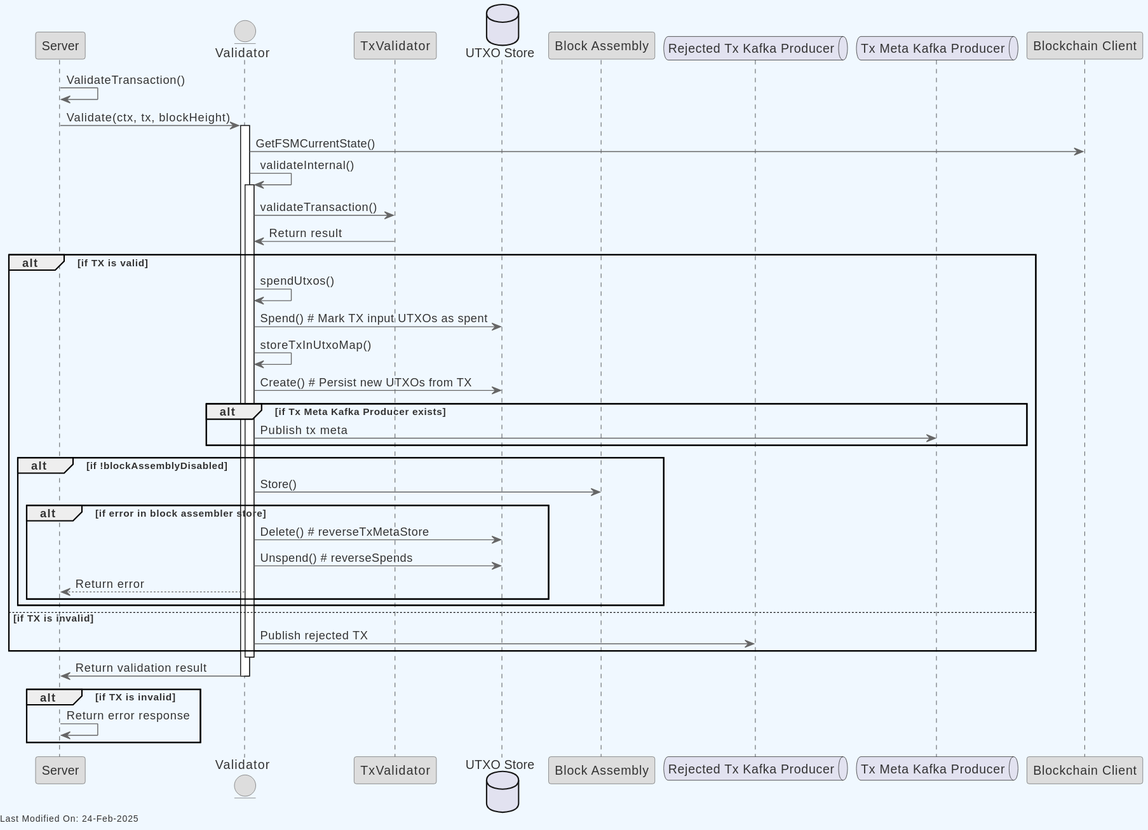
freemans13/teranode keeps this PlantUML diagram as docs/topics/services/img/plantuml/validator/tx_validation_post_process.svg. Above is the earlier version. Its source is kept beside it as docs/topics/services/img/plantuml/validator/tx_validation_post_process.puml.
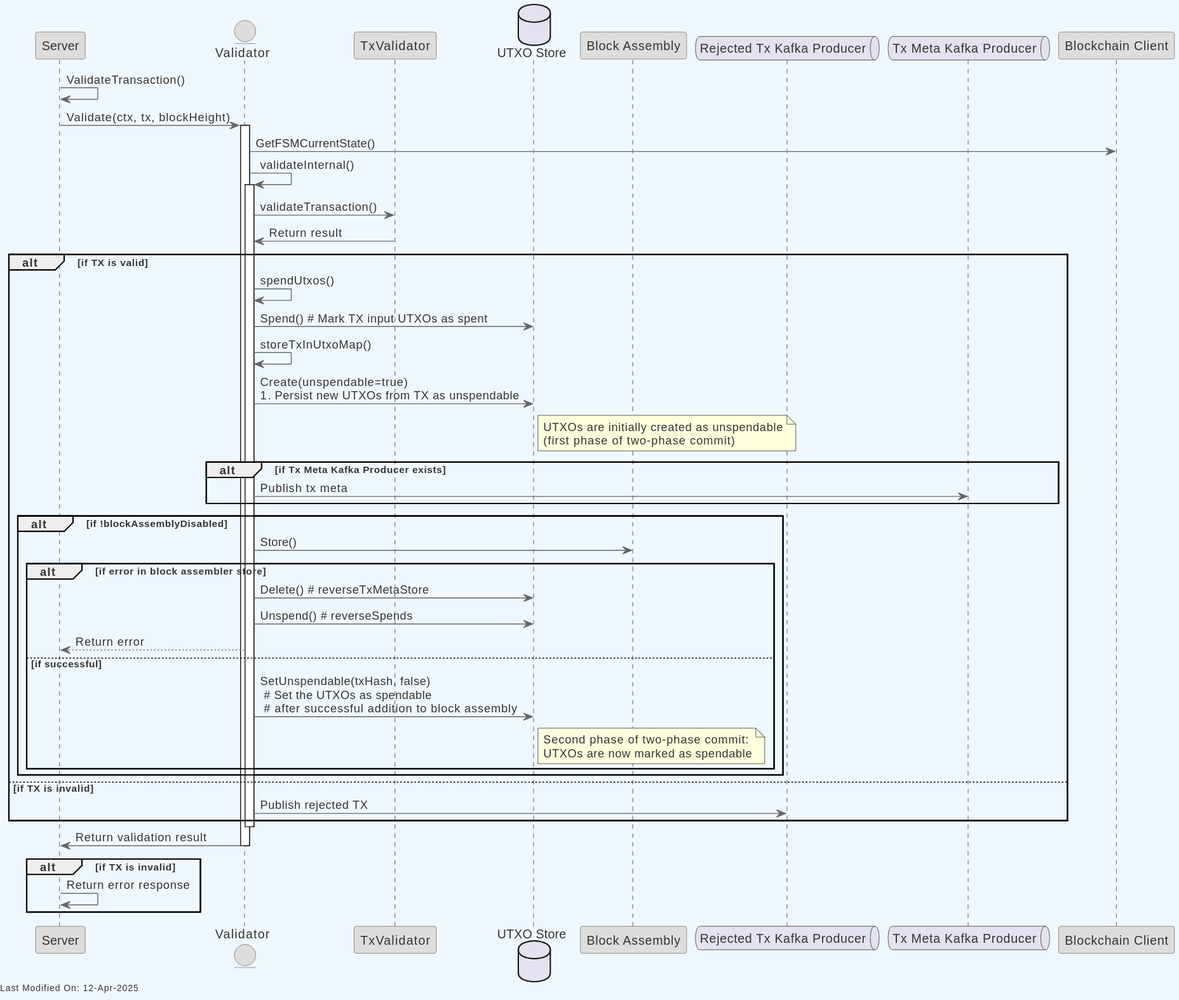
Above is the later version.

Diff of the diagram source:
```diff
@@ -45,7 +45,11 @@
     Validator -> UTXOStore: Spend() # Mark TX input UTXOs as spent
 
     Validator -> Validator: storeTxInUtxoMap()
-    Validator -> UTXOStore: Create() # Persist new UTXOs from TX
+    Validator -> UTXOStore: Create(unspendable=true) \n# Persist new UTXOs from TX as unspendable
+    note right of UTXOStore
+      UTXOs are initially created as unspendable
+      (first phase of two-phase commit)
+    end note
 
     alt if Tx Meta Kafka Producer exists
         Validator -> TxMetaKafka: Publish tx meta
@@ -57,6 +61,12 @@
             Validator -> UTXOStore: Delete() # reverseTxMetaStore
             Validator -> UTXOStore: Unspend() # reverseSpends
             Validator --> Server: Return error
+        else if successful
+            Validator -> UTXOStore: SetUnspendable(txHash, false)  \n # Set the UTXOs as spendable \n # after successful addition to block assembly
+            note right of UTXOStore
+              Second phase of two-phase commit:
+              UTXOs are now marked as spendable
+            end note
         end
     end
 
```
